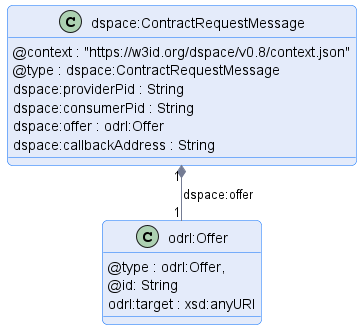
The PlantUML diagram negotiation/message/diagram/contract-request-message.png in International-Data-Spaces-Association/ids-specification, before a commit.
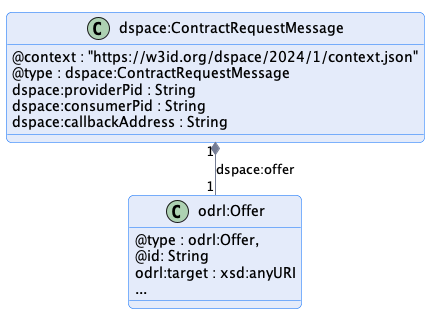
Above is the later version.

What changed in the source:
```diff
@@ -7,11 +7,10 @@
 
 
 class "dspace:ContractRequestMessage" {
-    @context : "https://w3id.org/dspace/v0.8/context.json"
+    @context : "https://w3id.org/dspace/2024/1/context.json"
     @type : dspace:ContractRequestMessage
     dspace:providerPid : String
     dspace:consumerPid : String
-    dspace:offer : odrl:Offer
     dspace:callbackAddress : String
 }
 
@@ -19,6 +18,7 @@
     @type : odrl:Offer,
     @id: String
     odrl:target : xsd:anyURI
+    ...
 }
 
 "dspace:ContractRequestMessage" "1" *-- "1" "odrl:Offer" : "dspace:offer"
```
